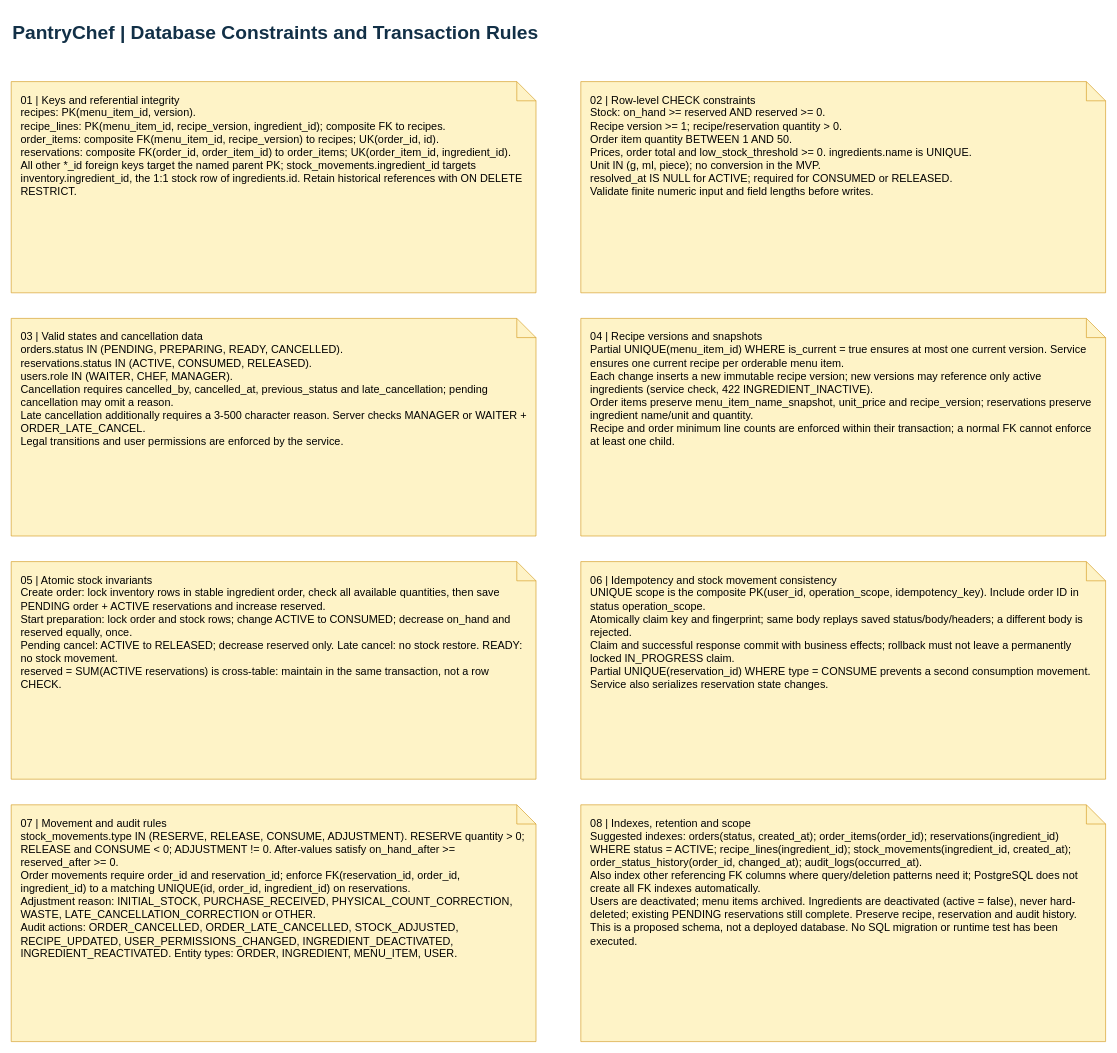
The draw.io diagram page "3 - Constraints and Rules" (3 of 3) of docs/architecture/database/PantryChef_ER.drawio in seng321-7th-team/PantryChef, before the edit. Source tidied: cells renumbered, new cells numbered last; positions are measured from the earlier drawing's top-left corner, leaving out a move shared by most shapes. Both pictures are drawn from the tidied source at 64%, with x=0, y=0 at pixel (11, 11).
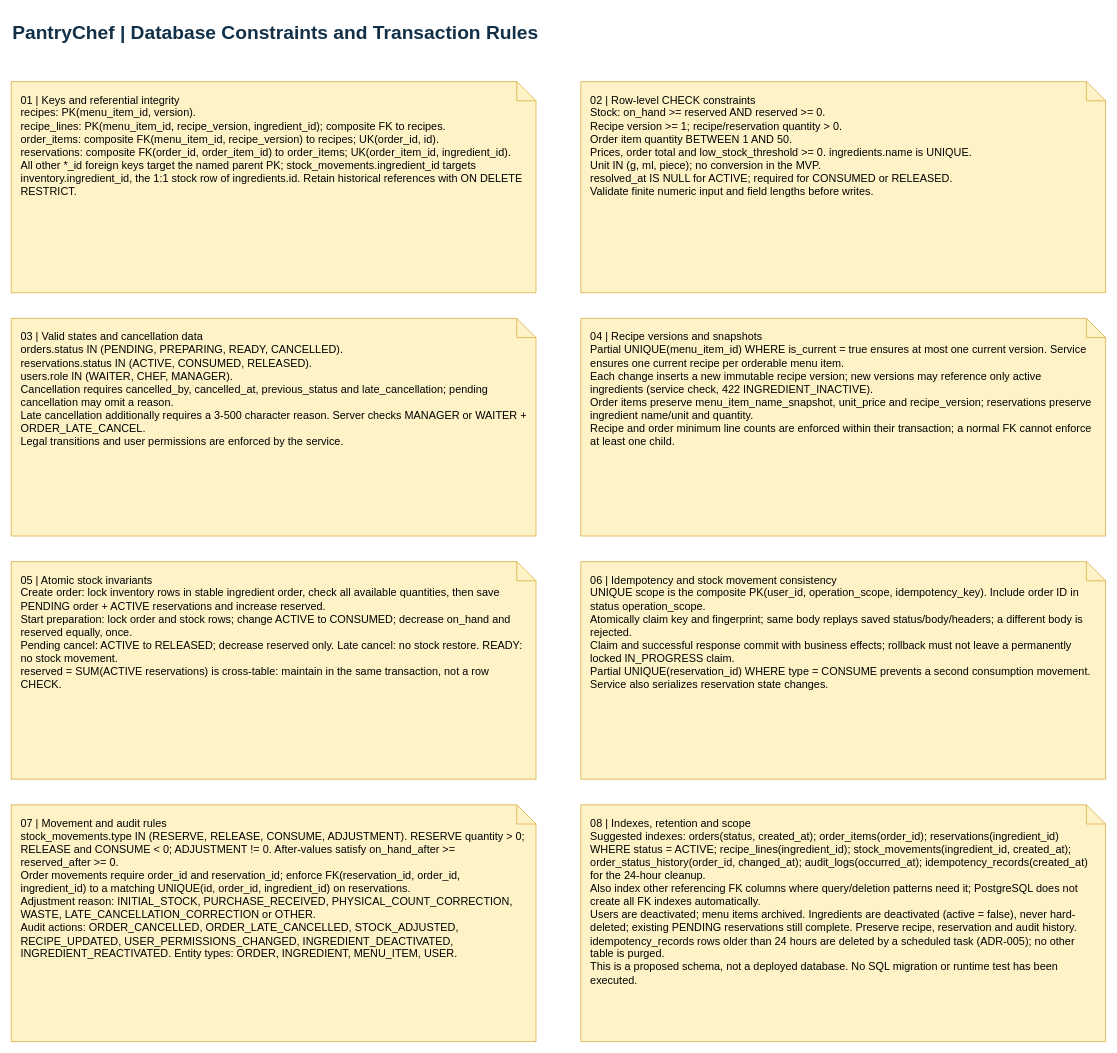
Above is the later version.

What changed in the source:
```diff
@@
 <mxGraphModel>
   <root>
     <mxCell id="0" />
     <mxCell id="1" parent="0" />
     <mxCell id="2" value="PantryChef | Database Constraints and Transaction Rules" style="text;html=1;align=left;verticalAlign=middle;fontSize=30;fontStyle=1;fontColor=#123047;" parent="1" vertex="1">
       <mxGeometry width="1710" height="65" as="geometry" />
     </mxCell>
     <mxCell id="3" value="01 | Keys and referential integrity&#10;recipes: PK(menu_item_id, version).&#10;recipe_lines: PK(menu_item_id, recipe_version, ingredient_id); composite FK to recipes.&#10;order_items: composite FK(menu_item_id, recipe_version) to recipes; UK(order_id, id).&#10;reservations: composite FK(order_id, order_item_id) to order_items; UK(order_item_id, ingredient_id).&#10;All other *_id foreign keys target the named parent PK; stock_movements.ingredient_id targets inventory.ingredient_id, the 1:1 stock row of ingredients.id. Retain historical references with ON DELETE RESTRICT." style="shape=note;whiteSpace=wrap;html=0;align=left;verticalAlign=top;spacing=15;fillColor=#fef3c7;strokeColor=#d49a20;fontSize=17;" parent="1" vertex="1">
       <mxGeometry y="110" width="820" height="330" as="geometry" />
     </mxCell>
     <mxCell id="4" value="02 | Row-level CHECK constraints&#10;Stock: on_hand &gt;= reserved AND reserved &gt;= 0.&#10;Recipe version &gt;= 1; recipe/reservation quantity &gt; 0.&#10;Order item quantity BETWEEN 1 AND 50.&#10;Prices, order total and low_stock_threshold &gt;= 0. ingredients.name is UNIQUE.&#10;Unit IN (g, ml, piece); no conversion in the MVP.&#10;resolved_at IS NULL for ACTIVE; required for CONSUMED or RELEASED.&#10;Validate finite numeric input and field lengths before writes." style="shape=note;whiteSpace=wrap;html=0;align=left;verticalAlign=top;spacing=15;fillColor=#fef3c7;strokeColor=#d49a20;fontSize=17;" parent="1" vertex="1">
       <mxGeometry x="890" y="110" width="820" height="330" as="geometry" />
     </mxCell>
     <mxCell id="5" value="03 | Valid states and cancellation data&#10;orders.status IN (PENDING, PREPARING, READY, CANCELLED).&#10;reservations.status IN (ACTIVE, CONSUMED, RELEASED).&#10;users.role IN (WAITER, CHEF, MANAGER).&#10;Cancellation requires cancelled_by, cancelled_at, previous_status and late_cancellation; pending cancellation may omit a reason.&#10;Late cancellation additionally requires a 3-500 character reason. Server checks MANAGER or WAITER + ORDER_LATE_CANCEL.&#10;Legal transitions and user permissions are enforced by the service." style="shape=note;whiteSpace=wrap;html=0;align=left;verticalAlign=top;spacing=15;fillColor=#fef3c7;strokeColor=#d49a20;fontSize=17;" parent="1" vertex="1">
       <mxGeometry y="480" width="820" height="340" as="geometry" />
     </mxCell>
     <mxCell id="6" value="04 | Recipe versions and snapshots&#10;Partial UNIQUE(menu_item_id) WHERE is_current = true ensures at most one current version. Service ensures one current recipe per orderable menu item.&#10;Each change inserts a new immutable recipe version; new versions may reference only active ingredients (service check, 422 INGREDIENT_INACTIVE).&#10;Order items preserve menu_item_name_snapshot, unit_price and recipe_version; reservations preserve ingredient name/unit and quantity.&#10;Recipe and order minimum line counts are enforced within their transaction; a normal FK cannot enforce at least one child." style="shape=note;whiteSpace=wrap;html=0;align=left;verticalAlign=top;spacing=15;fillColor=#fef3c7;strokeColor=#d49a20;fontSize=17;" parent="1" vertex="1">
       <mxGeometry x="890" y="480" width="820" height="340" as="geometry" />
     </mxCell>
     <mxCell id="7" value="05 | Atomic stock invariants&#10;Create order: lock inventory rows in stable ingredient order, check all available quantities, then save PENDING order + ACTIVE reservations and increase reserved.&#10;Start preparation: lock order and stock rows; change ACTIVE to CONSUMED; decrease on_hand and reserved equally, once.&#10;Pending cancel: ACTIVE to RELEASED; decrease reserved only. Late cancel: no stock restore. READY: no stock movement.&#10;reserved = SUM(ACTIVE reservations) is cross-table: maintain in the same transaction, not a row CHECK." style="shape=note;whiteSpace=wrap;html=0;align=left;verticalAlign=top;spacing=15;fillColor=#fef3c7;strokeColor=#d49a20;fontSize=17;" parent="1" vertex="1">
       <mxGeometry y="860" width="820" height="340" as="geometry" />
     </mxCell>
     <mxCell id="8" value="06 | Idempotency and stock movement consistency&#10;UNIQUE scope is the composite PK(user_id, operation_scope, idempotency_key). Include order ID in status operation_scope.&#10;Atomically claim key and fingerprint; same body replays saved status/body/headers; a different body is rejected.&#10;Claim and successful response commit with business effects; rollback must not leave a permanently locked IN_PROGRESS claim.&#10;Partial UNIQUE(reservation_id) WHERE type = CONSUME prevents a second consumption movement. Service also serializes reservation state changes." style="shape=note;whiteSpace=wrap;html=0;align=left;verticalAlign=top;spacing=15;fillColor=#fef3c7;strokeColor=#d49a20;fontSize=17;" parent="1" vertex="1">
       <mxGeometry x="890" y="860" width="820" height="340" as="geometry" />
     </mxCell>
     <mxCell id="9" value="07 | Movement and audit rules&#10;stock_movements.type IN (RESERVE, RELEASE, CONSUME, ADJUSTMENT). RESERVE quantity &gt; 0; RELEASE and CONSUME &lt; 0; ADJUSTMENT != 0. After-values satisfy on_hand_after &gt;= reserved_after &gt;= 0.&#10;Order movements require order_id and reservation_id; enforce FK(reservation_id, order_id, ingredient_id) to a matching UNIQUE(id, order_id, ingredient_id) on reservations.&#10;Adjustment reason: INITIAL_STOCK, PURCHASE_RECEIVED, PHYSICAL_COUNT_CORRECTION, WASTE, LATE_CANCELLATION_CORRECTION or OTHER.&#10;Audit actions: ORDER_CANCELLED, ORDER_LATE_CANCELLED, STOCK_ADJUSTED, RECIPE_UPDATED, USER_PERMISSIONS_CHANGED, INGREDIENT_DEACTIVATED, INGREDIENT_REACTIVATED. Entity types: ORDER, INGREDIENT, MENU_ITEM, USER." style="shape=note;whiteSpace=wrap;html=0;align=left;verticalAlign=top;spacing=15;fillColor=#fef3c7;strokeColor=#d49a20;fontSize=17;" parent="1" vertex="1">
       <mxGeometry y="1240" width="820" height="370" as="geometry" />
     </mxCell>
-    <mxCell id="10" value="08 | Indexes, retention and scope&#10;Suggested indexes: orders(status, created_at); order_items(order_id); reservations(ingredient_id) WHERE status = ACTIVE; recipe_lines(ingredient_id); stock_movements(ingredient_id, created_at); order_status_history(order_id, changed_at); audit_logs(occurred_at).&#10;Also index other referencing FK columns where query/deletion patterns need it; PostgreSQL does not create all FK indexes automatically.&#10;Users are deactivated; menu items archived. Ingredients are deactivated (active = false), never hard-deleted; existing PENDING reservations still complete. Preserve recipe, reservation and audit history.&#10;This is a proposed schema, not a deployed database. No SQL migration or runtime test has been executed." style="shape=note;whiteSpace=wrap;html=0;align=left;verticalAlign=top;spacing=15;fillColor=#fef3c7;strokeColor=#d49a20;fontSize=17;" parent="1" vertex="1">
+    <mxCell id="10" value="08 | Indexes, retention and scope&#10;Suggested indexes: orders(status, created_at); order_items(order_id); reservations(ingredient_id) WHERE status = ACTIVE; recipe_lines(ingredient_id); stock_movements(ingredient_id, created_at); order_status_history(order_id, changed_at); audit_logs(occurred_at); idempotency_records(created_at) for the 24-hour cleanup.&#10;Also index other referencing FK columns where query/deletion patterns need it; PostgreSQL does not create all FK indexes automatically.&#10;Users are deactivated; menu items archived. Ingredients are deactivated (active = false), never hard-deleted; existing PENDING reservations still complete. Preserve recipe, reservation and audit history. idempotency_records rows older than 24 hours are deleted by a scheduled task (ADR-005); no other table is purged.&#10;This is a proposed schema, not a deployed database. No SQL migration or runtime test has been executed." style="shape=note;whiteSpace=wrap;html=0;align=left;verticalAlign=top;spacing=15;fillColor=#fef3c7;strokeColor=#d49a20;fontSize=17;" parent="1" vertex="1">
       <mxGeometry x="890" y="1240" width="820" height="370" as="geometry" />
     </mxCell>
   </root>
 </mxGraphModel>
```
